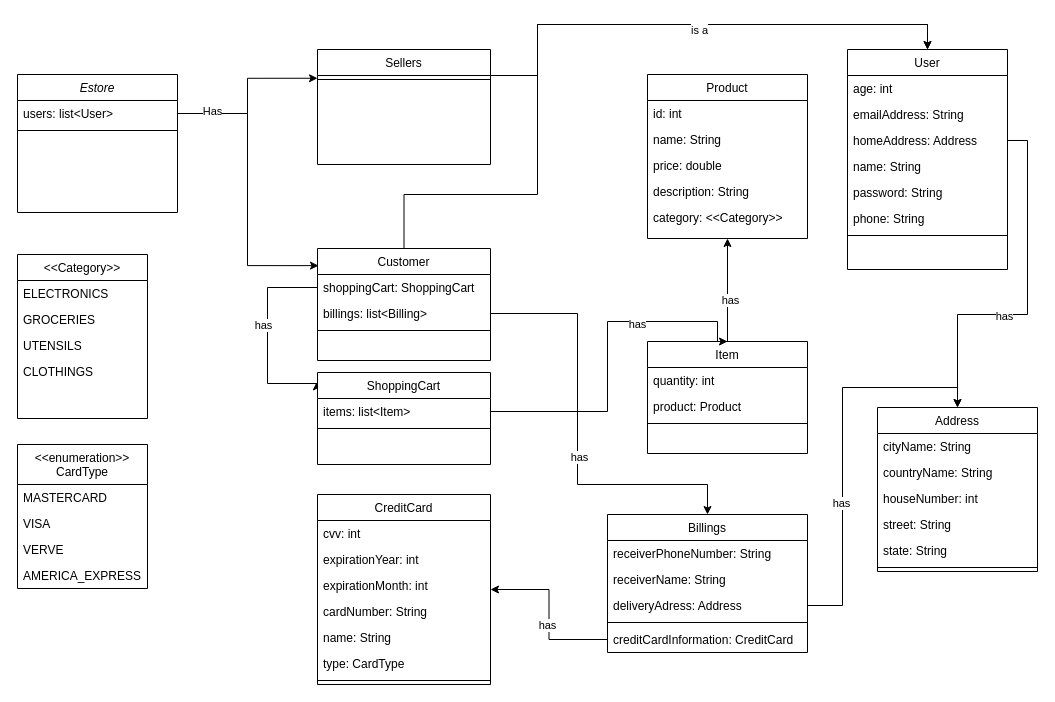
ifeanyicyriacus/javaClass keeps this draw.io diagram as assignment/feb-2025/estore/EStoreUML.drawio. Above is the earlier version. Source tidied: cells renumbered, new cells numbered last; positions are measured from the earlier drawing's top-left corner, leaving out a move shared by most shapes. Both pictures are drawn from the tidied source at 100%, with x=0, y=0 at pixel (17, 24).
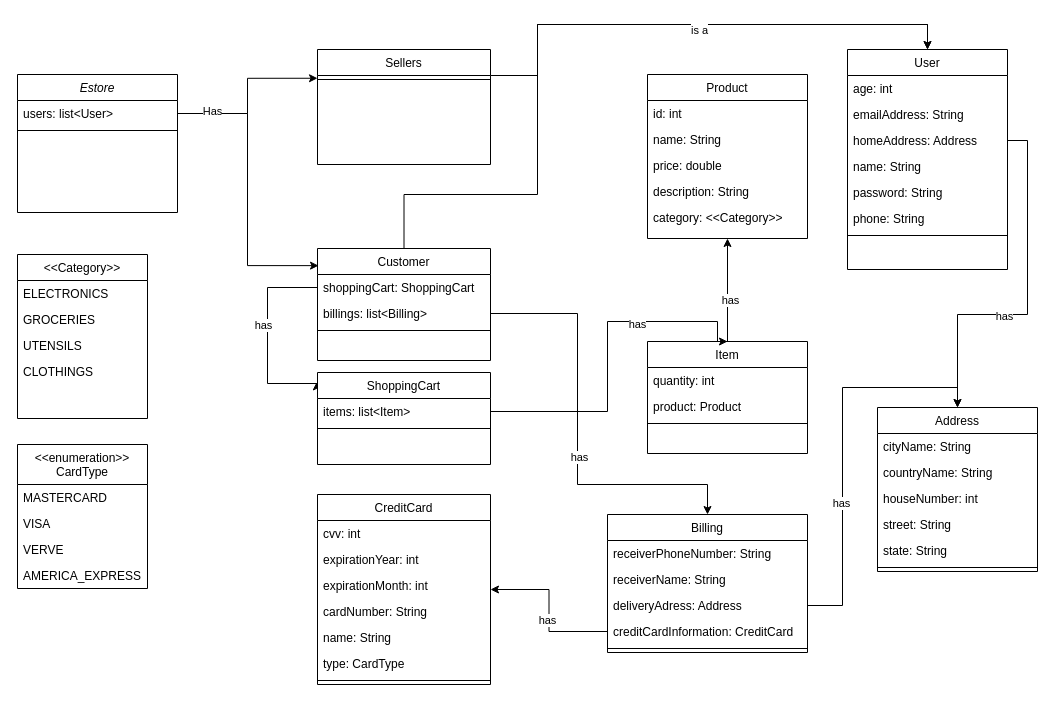
After the change.

The edit, as a diff of the source:
```diff
@@
-    <mxCell id="36" value="Billings" style="swimlane;fontStyle=0;align=center;verticalAlign=top;horizontal=1;startSize=26;rounded=0;shadow=0;strokeWidth=1;" parent="1" vertex="1">
+    <mxCell id="36" value="Billing" style="swimlane;fontStyle=0;align=center;verticalAlign=top;horizontal=1;startSize=26;rounded=0;shadow=0;strokeWidth=1;" parent="1" vertex="1">
       <mxGeometry x="590" y="490" width="200" height="138" as="geometry" />
     </mxCell>
@@
+    <mxCell id="41" value="creditCardInformation: CreditCard" style="text;align=left;verticalAlign=top;spacingLeft=4;spacingRight=4;overflow=hidden;points=[[0,0.5],[1,0.5]];portConstraint=eastwest;rounded=0;shadow=0;html=0;" parent="36" vertex="1">
+      <mxGeometry y="104" width="200" height="26" as="geometry" />
+    </mxCell>
     <mxCell id="40" style="line;html=1;strokeWidth=1;align=left;verticalAlign=middle;spacingTop=-1;spacingLeft=3;spacingRight=3;labelPosition=right;" parent="36" vertex="1">
-      <mxGeometry y="104" width="200" height="8" as="geometry" />
+      <mxGeometry y="130" width="200" height="8" as="geometry" />
     </mxCell>
-    <mxCell id="41" value="creditCardInformation: CreditCard" style="text;align=left;verticalAlign=top;spacingLeft=4;spacingRight=4;overflow=hidden;points=[[0,0.5],[1,0.5]];portConstraint=eastwest;rounded=0;shadow=0;html=0;" parent="36" vertex="1">
-      <mxGeometry y="112" width="200" height="26" as="geometry" />
-    </mxCell>
```
